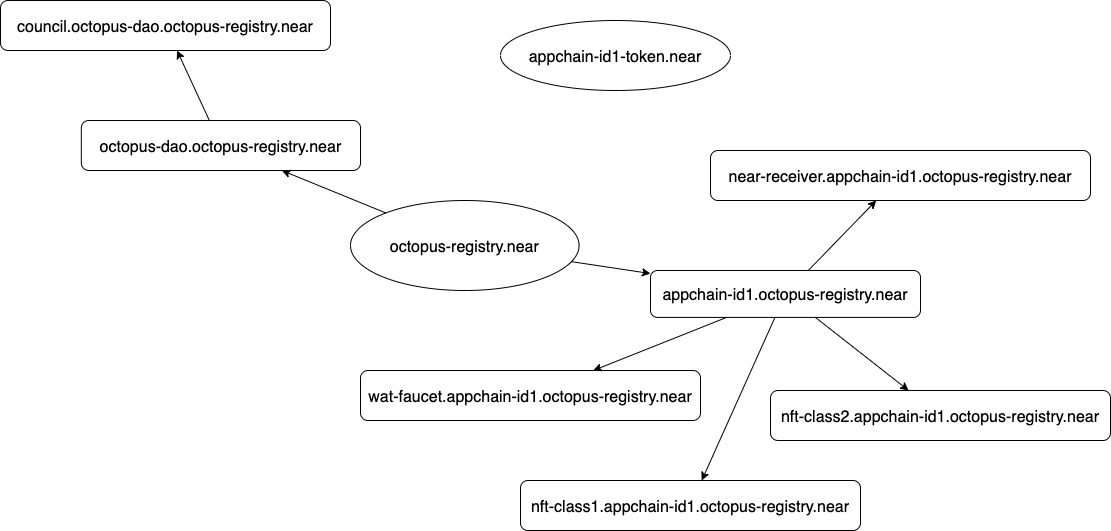
Above: images/near-contract-accounts.png in octopus-network/octopus-dao (draw.io), before the change. Source tidied: cells renumbered, new cells last; positions are measured from the earlier drawing's top-left corner, leaving out a move shared by most shapes. The source it was exported from:
```xml
<mxGraphModel>
  <root>
    <mxCell id="0" />
    <mxCell id="1" parent="0" />
    <mxCell id="2" value="octopus-registry.near" style="ellipse;fontSize=16;" parent="1" vertex="1">
      <mxGeometry x="350" y="200" width="228.6" height="90" as="geometry" />
    </mxCell>
    <mxCell id="3" value="appchain-id1.octopus-registry.near" style="rounded=1;fontSize=16;" parent="1" vertex="1">
      <mxGeometry x="650" y="270" width="270" height="46.9" as="geometry" />
    </mxCell>
    <mxCell id="4" style="curved=1;" parent="1" edge="1" source="2" target="3">
      <mxGeometry relative="1" as="geometry" />
    </mxCell>
    <mxCell id="5" value="octopus-dao.octopus-registry.near" style="rounded=1;fontSize=16;" parent="1" vertex="1">
      <mxGeometry x="80.8" y="120" width="279.2" height="50" as="geometry" />
    </mxCell>
    <mxCell id="6" style="curved=1;" parent="1" edge="1" source="2" target="5">
      <mxGeometry relative="1" as="geometry" />
    </mxCell>
    <mxCell id="7" value="nft-class1.appchain-id1.octopus-registry.near" style="rounded=1;fontSize=16;" parent="1" vertex="1">
      <mxGeometry x="520" y="480" width="340" height="50" as="geometry" />
    </mxCell>
    <mxCell id="8" style="curved=1;" parent="1" edge="1" source="3" target="7">
      <mxGeometry relative="1" as="geometry" />
    </mxCell>
    <mxCell id="9" value="wat-faucet.appchain-id1.octopus-registry.near" style="rounded=1;fontSize=16;" parent="1" vertex="1">
      <mxGeometry x="360" y="370" width="340" height="50" as="geometry" />
    </mxCell>
    <mxCell id="10" style="curved=1;" parent="1" edge="1" source="3" target="9">
      <mxGeometry relative="1" as="geometry" />
    </mxCell>
    <mxCell id="11" value="nft-class2.appchain-id1.octopus-registry.near" style="rounded=1;fontSize=16;" parent="1" vertex="1">
      <mxGeometry x="770" y="390" width="340" height="50" as="geometry" />
    </mxCell>
    <mxCell id="12" style="endArrow=classic;html=1;rounded=0;fontSize=14;" parent="1" edge="1" source="3" target="11">
      <mxGeometry relative="1" as="geometry" />
    </mxCell>
    <mxCell id="13" value="appchain-id1-token.near" style="ellipse;fontSize=16;" parent="1" vertex="1">
      <mxGeometry x="500" y="20" width="230" height="70" as="geometry" />
    </mxCell>
    <mxCell id="14" value="council.octopus-dao.octopus-registry.near" style="rounded=1;fontSize=16;" parent="1" vertex="1">
      <mxGeometry width="330" height="50" as="geometry" />
    </mxCell>
    <mxCell id="15" style="endArrow=classic;html=1;rounded=0;fontSize=16;" parent="1" edge="1" source="5" target="14">
      <mxGeometry relative="1" as="geometry" />
    </mxCell>
    <mxCell id="16" value="near-receiver.appchain-id1.octopus-registry.near" style="rounded=1;fontSize=16;" parent="1" vertex="1">
      <mxGeometry x="710" y="150" width="380" height="50" as="geometry" />
    </mxCell>
    <mxCell id="17" style="endArrow=classic;html=1;rounded=0;fontSize=16;" parent="1" edge="1" source="3" target="16">
      <mxGeometry relative="1" as="geometry" />
    </mxCell>
  </root>
</mxGraphModel>
```
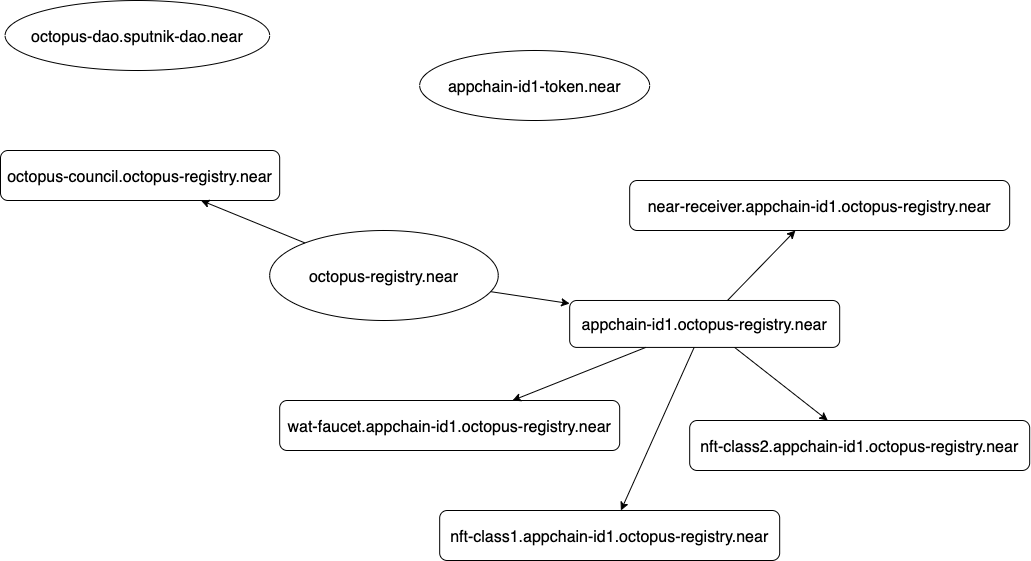
After the change.

The edit, as a diff of the source:
```diff
@@ -11,7 +11,7 @@
     <mxCell id="4" style="curved=1;" parent="1" edge="1" source="2" target="3">
       <mxGeometry relative="1" as="geometry" />
     </mxCell>
-    <mxCell id="5" value="octopus-dao.octopus-registry.near" style="rounded=1;fontSize=16;" parent="1" vertex="1">
+    <mxCell id="5" value="octopus-council.octopus-registry.near" style="rounded=1;fontSize=16;" parent="1" vertex="1">
       <mxGeometry x="80.8" y="120" width="279.2" height="50" as="geometry" />
     </mxCell>
     <mxCell id="6" style="curved=1;" parent="1" edge="1" source="2" target="5">
@@ -38,17 +38,14 @@
     <mxCell id="13" value="appchain-id1-token.near" style="ellipse;fontSize=16;" parent="1" vertex="1">
       <mxGeometry x="500" y="20" width="230" height="70" as="geometry" />
     </mxCell>
-    <mxCell id="14" value="council.octopus-dao.octopus-registry.near" style="rounded=1;fontSize=16;" parent="1" vertex="1">
-      <mxGeometry width="330" height="50" as="geometry" />
-    </mxCell>
-    <mxCell id="15" style="endArrow=classic;html=1;rounded=0;fontSize=16;" parent="1" edge="1" source="5" target="14">
-      <mxGeometry relative="1" as="geometry" />
-    </mxCell>
     <mxCell id="16" value="near-receiver.appchain-id1.octopus-registry.near" style="rounded=1;fontSize=16;" parent="1" vertex="1">
       <mxGeometry x="710" y="150" width="380" height="50" as="geometry" />
     </mxCell>
     <mxCell id="17" style="endArrow=classic;html=1;rounded=0;fontSize=16;" parent="1" edge="1" source="3" target="16">
       <mxGeometry relative="1" as="geometry" />
     </mxCell>
+    <mxCell id="18" value="octopus-dao.sputnik-dao.near" style="ellipse;fontSize=16;" parent="1" vertex="1">
+      <mxGeometry x="85.4" y="-30" width="264.6" height="70" as="geometry" />
+    </mxCell>
   </root>
 </mxGraphModel>
```
